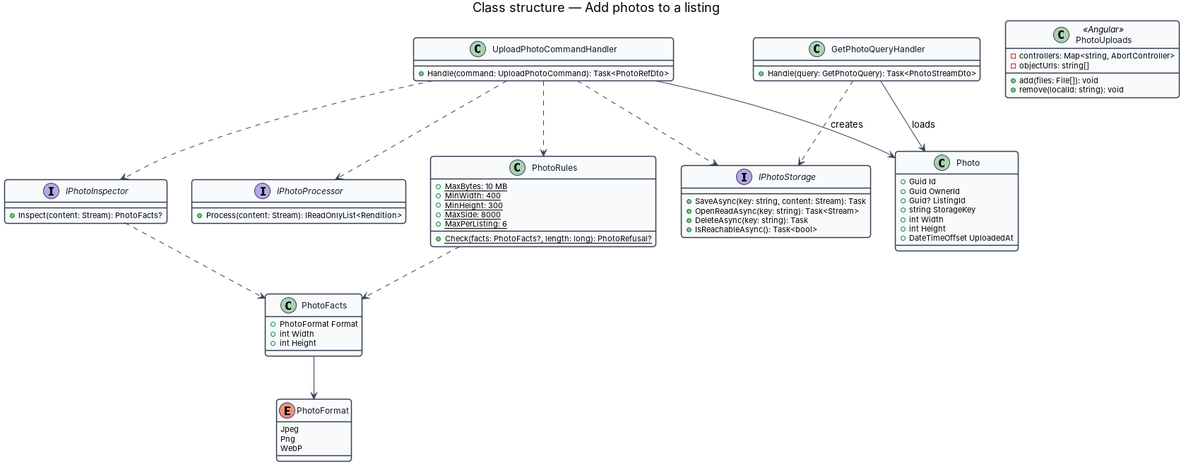
Above: docs/detailed-designs/post/add-photos/diagrams/class-structure.png in QuinntyneBrown/christian-rent (PlantUML), before the change. Its source is kept beside it as docs/detailed-designs/post/add-photos/diagrams/class-structure.puml. Source of this version:
```plantuml
@startuml
skinparam backgroundColor #FFFFFF
skinparam shadowing false
skinparam roundcorner 8
skinparam defaultFontName Arial
skinparam ArrowColor #344054
skinparam class {
  BorderColor #344054
  FontColor #101828
  BackgroundColor #F9FAFB
}
title Class structure — Add photos to a listing

class Photo {
  +Guid Id
  +Guid OwnerId
  +Guid? ListingId
  +string StorageKey
  +int Width
  +int Height
  +DateTimeOffset UploadedAt
}
class PhotoFacts {
  +PhotoFormat Format
  +int Width
  +int Height
}
enum PhotoFormat {
  Jpeg
  Png
  WebP
}
class PhotoRules {
  +{static} MaxBytes: 10 MB
  +{static} MinWidth: 400
  +{static} MinHeight: 300
  +{static} MaxSide: 8000
  +{static} MaxPerListing: 6
  +{static} Check(facts: PhotoFacts?, length: long): PhotoRefusal?
}
interface IPhotoInspector {
  +Inspect(content: Stream): PhotoFacts?
}
interface IPhotoProcessor {
  +Process(content: Stream): IReadOnlyList<Rendition>
}
interface IPhotoStorage {
  +SaveAsync(key: string, content: Stream): Task
  +OpenReadAsync(key: string): Task<Stream>
  +DeleteAsync(key: string): Task
  +IsReachableAsync(): Task<bool>
}
class UploadPhotoCommandHandler {
  +Handle(command: UploadPhotoCommand): Task<PhotoRefDto>
}
class GetPhotoQueryHandler {
  +Handle(query: GetPhotoQuery): Task<PhotoStreamDto>
}
class PhotoUploads <<Angular>> {
  +add(files: File[]): void
  +remove(localId: string): void
  -controllers: Map<string, AbortController>
  -objectUrls: string[]
}
UploadPhotoCommandHandler ..> IPhotoInspector
UploadPhotoCommandHandler ..> IPhotoProcessor
UploadPhotoCommandHandler ..> IPhotoStorage
UploadPhotoCommandHandler ..> PhotoRules
UploadPhotoCommandHandler --> Photo : creates
GetPhotoQueryHandler --> Photo : loads
GetPhotoQueryHandler ..> IPhotoStorage
IPhotoInspector ..> PhotoFacts
PhotoFacts --> PhotoFormat
PhotoRules ..> PhotoFacts
@enduml
```
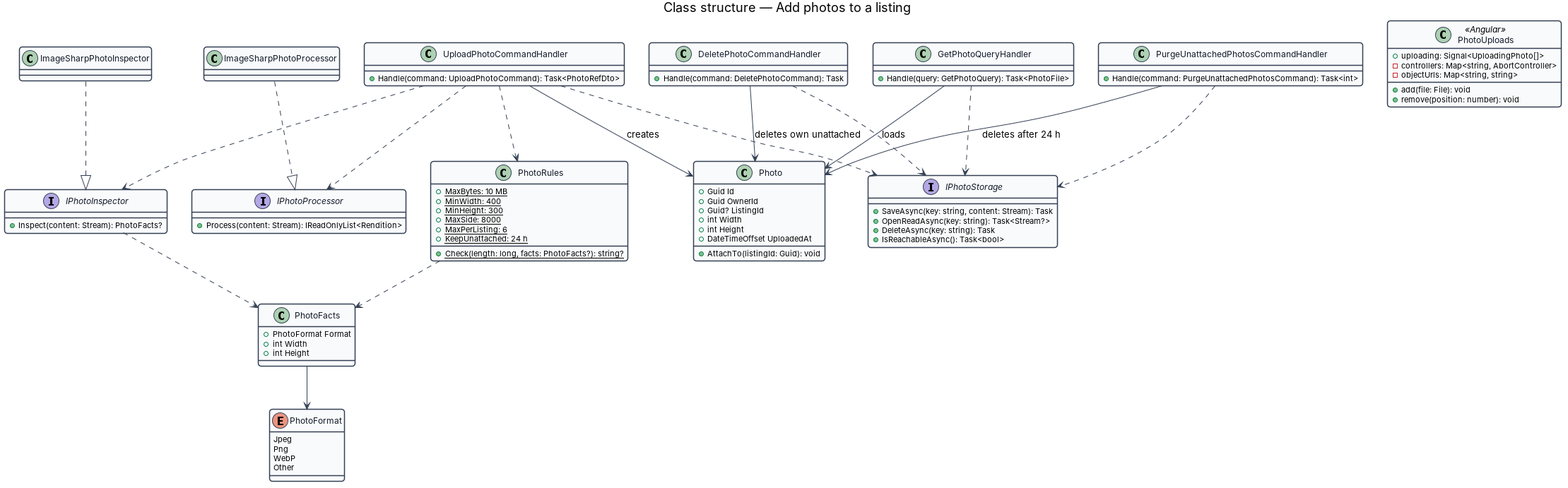
After the change.

Diff of the diagram source:
```diff
@@ -15,10 +15,10 @@
   +Guid Id
   +Guid OwnerId
   +Guid? ListingId
-  +string StorageKey
   +int Width
   +int Height
   +DateTimeOffset UploadedAt
+  +AttachTo(listingId: Guid): void
 }
 class PhotoFacts {
   +PhotoFormat Format
@@ -29,6 +29,7 @@
   Jpeg
   Png
   WebP
+  Other
 }
 class PhotoRules {
   +{static} MaxBytes: 10 MB
@@ -36,7 +37,8 @@
   +{static} MinHeight: 300
   +{static} MaxSide: 8000
   +{static} MaxPerListing: 6
-  +{static} Check(facts: PhotoFacts?, length: long): PhotoRefusal?
+  +{static} KeepUnattached: 24 h
+  +{static} Check(length: long, facts: PhotoFacts?): string?
 }
 interface IPhotoInspector {
   +Inspect(content: Stream): PhotoFacts?
@@ -46,29 +48,44 @@
 }
 interface IPhotoStorage {
   +SaveAsync(key: string, content: Stream): Task
-  +OpenReadAsync(key: string): Task<Stream>
+  +OpenReadAsync(key: string): Task<Stream?>
   +DeleteAsync(key: string): Task
   +IsReachableAsync(): Task<bool>
 }
+class ImageSharpPhotoInspector
+class ImageSharpPhotoProcessor
 class UploadPhotoCommandHandler {
   +Handle(command: UploadPhotoCommand): Task<PhotoRefDto>
 }
+class DeletePhotoCommandHandler {
+  +Handle(command: DeletePhotoCommand): Task
+}
+class PurgeUnattachedPhotosCommandHandler {
+  +Handle(command: PurgeUnattachedPhotosCommand): Task<int>
+}
 class GetPhotoQueryHandler {
-  +Handle(query: GetPhotoQuery): Task<PhotoStreamDto>
+  +Handle(query: GetPhotoQuery): Task<PhotoFile>
 }
 class PhotoUploads <<Angular>> {
-  +add(files: File[]): void
-  +remove(localId: string): void
+  +uploading: Signal<UploadingPhoto[]>
+  +add(file: File): void
+  +remove(position: number): void
   -controllers: Map<string, AbortController>
-  -objectUrls: string[]
+  -objectUrls: Map<string, string>
 }
 UploadPhotoCommandHandler ..> IPhotoInspector
 UploadPhotoCommandHandler ..> IPhotoProcessor
 UploadPhotoCommandHandler ..> IPhotoStorage
 UploadPhotoCommandHandler ..> PhotoRules
 UploadPhotoCommandHandler --> Photo : creates
+DeletePhotoCommandHandler --> Photo : deletes own unattached
+DeletePhotoCommandHandler ..> IPhotoStorage
+PurgeUnattachedPhotosCommandHandler --> Photo : deletes after 24 h
+PurgeUnattachedPhotosCommandHandler ..> IPhotoStorage
 GetPhotoQueryHandler --> Photo : loads
 GetPhotoQueryHandler ..> IPhotoStorage
+ImageSharpPhotoInspector ..|> IPhotoInspector
+ImageSharpPhotoProcessor ..|> IPhotoProcessor
 IPhotoInspector ..> PhotoFacts
 PhotoFacts --> PhotoFormat
 PhotoRules ..> PhotoFacts
```
